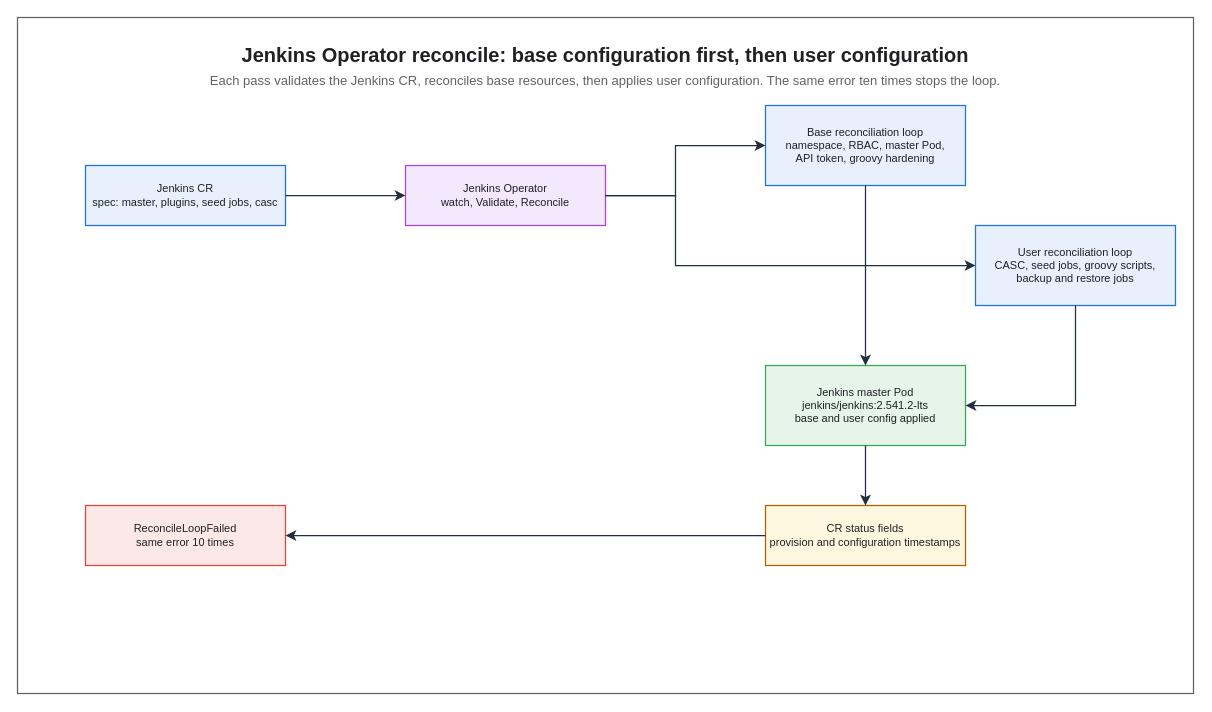
KKamJi98/kkamji98.github.io keeps this draw.io diagram as assets/img/ci-cd/jenkins/jenkins-operator/jenkins-operator-reconcile-loop.drawio. Above is the earlier version. Source tidied: cells renumbered, new cells numbered last; positions are measured from the earlier drawing's top-left corner, leaving out a move shared by most shapes. Both pictures are drawn from the tidied source at 100%, with x=0, y=0 at pixel (17, 17).
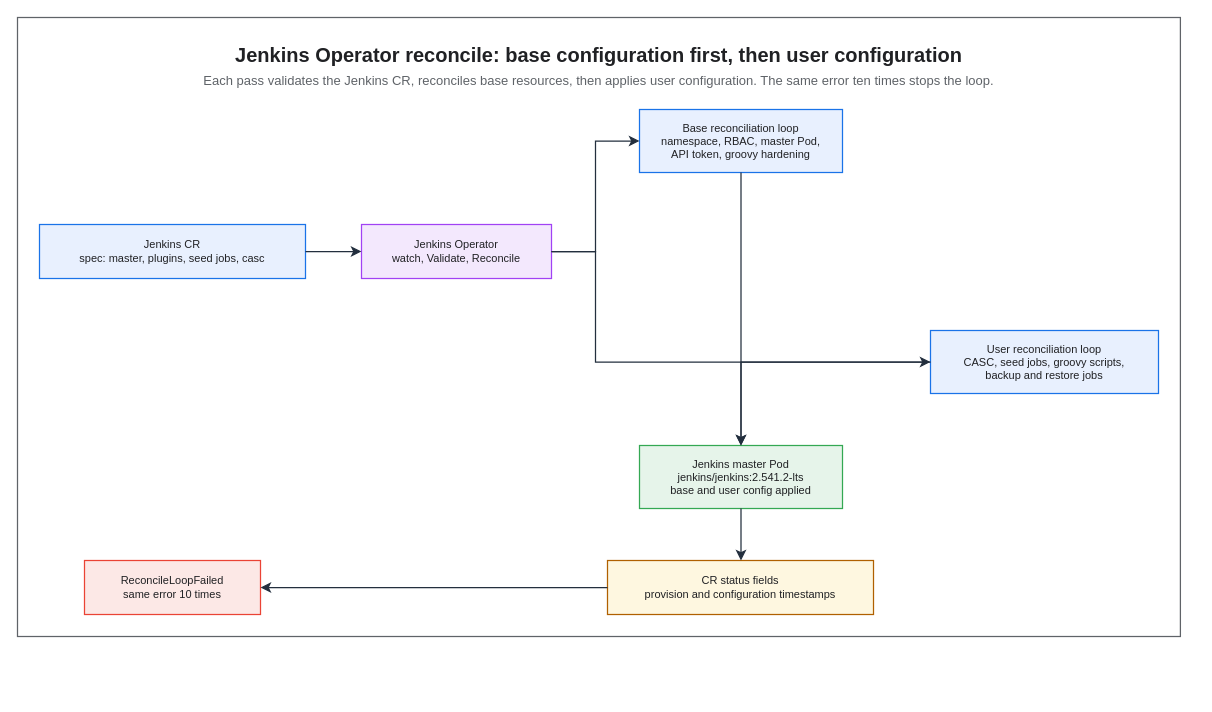
The same page after the edit.

Commit message (it also covers changes not shown here):
fix(diagrams): give the three Jenkins diagrams the specs they were missing

Change to the diagram source:
```diff
@@
     <mxCell id="2" style="rounded=0;html=0;fillColor=none;strokeColor=#5F6368;fontColor=#202124;strokeWidth=1.25;" parent="1" vertex="1">
-      <mxGeometry width="1176" height="676" as="geometry" />
+      <mxGeometry width="1162.9" height="619" as="geometry" />
     </mxCell>
     <mxCell id="3" value="Jenkins Operator reconcile: base configuration first, then user configuration" style="text;html=0;whiteSpace=wrap;fillColor=none;strokeColor=none;fontColor=#202124;fontSize=20;fontStyle=1;align=center;verticalAlign=middle;" parent="1" vertex="1">
-      <mxGeometry x="22" y="22" width="1132" height="30" as="geometry" />
+      <mxGeometry x="22" y="22" width="1118.9" height="30" as="geometry" />
     </mxCell>
     <mxCell id="4" value="Each pass validates the Jenkins CR, reconciles base resources, then applies user configuration. The same error ten times stops the loop." style="text;html=0;whiteSpace=wrap;fillColor=none;strokeColor=none;fontColor=#5F6368;fontSize=13;fontStyle=0;align=center;verticalAlign=middle;" parent="1" vertex="1">
-      <mxGeometry x="22" y="52" width="1132" height="22" as="geometry" />
+      <mxGeometry x="22" y="52" width="1118.9" height="22" as="geometry" />
     </mxCell>
+    <mxCell id="7" value="Base reconciliation loop&#10;namespace, RBAC, master Pod,&#10;API token, groovy hardening" style="rounded=0;whiteSpace=wrap;html=0;fillColor=#E8F0FE;strokeColor=#1A73E8;fontColor=#202124;fontSize=11;fontStyle=0;align=center;verticalAlign=middle;spacingLeft=6;spacingRight=6;strokeWidth=1.25;" parent="1" vertex="1">
+      <mxGeometry x="622" y="92" width="203" height="63" as="geometry" />
+    </mxCell>
-    <mxCell id="5" value="Jenkins CR&#10;spec: master, plugins, seed jobs, casc" style="rounded=0;whiteSpace=wrap;html=0;fillColor=#E8F0FE;strokeColor=#1A73E8;fontColor=#202124;fontSize=11;fontStyle=0;align=center;verticalAlign=middle;strokeWidth=1.25;" parent="1" vertex="1">
-      <mxGeometry x="68" y="148" width="200" height="60" as="geometry" />
+    <mxCell id="5" value="Jenkins CR&#10;spec: master, plugins, seed jobs, casc" style="rounded=0;whiteSpace=wrap;html=0;fillColor=#E8F0FE;strokeColor=#1A73E8;fontColor=#202124;fontSize=11;fontStyle=0;align=center;verticalAlign=middle;spacingLeft=6;spacingRight=6;strokeWidth=1.25;" parent="1" vertex="1">
+      <mxGeometry x="22" y="207" width="266" height="54" as="geometry" />
     </mxCell>
-    <mxCell id="6" value="Jenkins Operator&#10;watch, Validate, Reconcile" style="rounded=0;whiteSpace=wrap;html=0;fillColor=#F3E8FD;strokeColor=#A142F4;fontColor=#202124;fontSize=11;fontStyle=0;align=center;verticalAlign=middle;strokeWidth=1.25;" parent="1" vertex="1">
-      <mxGeometry x="388" y="148" width="200" height="60" as="geometry" />
+    <mxCell id="6" value="Jenkins Operator&#10;watch, Validate, Reconcile" style="rounded=0;whiteSpace=wrap;html=0;fillColor=#F3E8FD;strokeColor=#A142F4;fontColor=#202124;fontSize=11;fontStyle=0;align=center;verticalAlign=middle;spacingLeft=6;spacingRight=6;strokeWidth=1.25;" parent="1" vertex="1">
+      <mxGeometry x="344" y="207" width="190" height="54" as="geometry" />
     </mxCell>
-    <mxCell id="7" value="Base reconciliation loop&#10;namespace, RBAC, master Pod,&#10;API token, groovy hardening" style="rounded=0;whiteSpace=wrap;html=0;fillColor=#E8F0FE;strokeColor=#1A73E8;fontColor=#202124;fontSize=11;fontStyle=0;align=center;verticalAlign=middle;strokeWidth=1.25;" parent="1" vertex="1">
-      <mxGeometry x="748" y="88" width="200" height="80" as="geometry" />
-    </mxCell>
-    <mxCell id="8" value="User reconciliation loop&#10;CASC, seed jobs, groovy scripts,&#10;backup and restore jobs" style="rounded=0;whiteSpace=wrap;html=0;fillColor=#E8F0FE;strokeColor=#1A73E8;fontColor=#202124;fontSize=11;fontStyle=0;align=center;verticalAlign=middle;strokeWidth=1.25;" parent="1" vertex="1">
-      <mxGeometry x="958" y="208" width="200" height="80" as="geometry" />
+    <mxCell id="8" value="User reconciliation loop&#10;CASC, seed jobs, groovy scripts,&#10;backup and restore jobs" style="rounded=0;whiteSpace=wrap;html=0;fillColor=#E8F0FE;strokeColor=#1A73E8;fontColor=#202124;fontSize=11;fontStyle=0;align=center;verticalAlign=middle;spacingLeft=6;spacingRight=6;strokeWidth=1.25;" parent="1" vertex="1">
+      <mxGeometry x="913" y="313" width="228" height="63" as="geometry" />
     </mxCell>
-    <mxCell id="9" value="Jenkins master Pod&#10;jenkins/jenkins:2.541.2-lts&#10;base and user config applied" style="rounded=0;whiteSpace=wrap;html=0;fillColor=#E6F4EA;strokeColor=#34A853;fontColor=#202124;fontSize=11;fontStyle=0;align=center;verticalAlign=middle;strokeWidth=1.25;" parent="1" vertex="1">
-      <mxGeometry x="748" y="348" width="200" height="80" as="geometry" />
+    <mxCell id="9" value="Jenkins master Pod&#10;jenkins/jenkins:2.541.2-lts&#10;base and user config applied" style="rounded=0;whiteSpace=wrap;html=0;fillColor=#E6F4EA;strokeColor=#34A853;fontColor=#202124;fontSize=11;fontStyle=0;align=center;verticalAlign=middle;spacingLeft=6;spacingRight=6;strokeWidth=1.25;" parent="1" vertex="1">
+      <mxGeometry x="622" y="428" width="203" height="63" as="geometry" />
     </mxCell>
+    <mxCell id="11" value="ReconcileLoopFailed&#10;same error 10 times" style="rounded=0;whiteSpace=wrap;html=0;fillColor=#FCE8E6;strokeColor=#EA4335;fontColor=#202124;fontSize=11;fontStyle=0;align=center;verticalAlign=middle;spacingLeft=6;spacingRight=6;strokeWidth=1.25;" parent="1" vertex="1">
+      <mxGeometry x="67" y="543" width="176" height="54" as="geometry" />
+    </mxCell>
-    <mxCell id="10" value="CR status fields&#10;provision and configuration timestamps" style="rounded=0;whiteSpace=wrap;html=0;fillColor=#FEF7E0;strokeColor=#B06000;fontColor=#202124;fontSize=11;fontStyle=0;align=center;verticalAlign=middle;strokeWidth=1.25;" parent="1" vertex="1">
-      <mxGeometry x="748" y="488" width="200" height="60" as="geometry" />
+    <mxCell id="10" value="CR status fields&#10;provision and configuration timestamps" style="rounded=0;whiteSpace=wrap;html=0;fillColor=#FEF7E0;strokeColor=#B06000;fontColor=#202124;fontSize=11;fontStyle=0;align=center;verticalAlign=middle;spacingLeft=6;spacingRight=6;strokeWidth=1.25;" parent="1" vertex="1">
+      <mxGeometry x="590" y="543" width="266" height="54" as="geometry" />
     </mxCell>
-    <mxCell id="11" value="ReconcileLoopFailed&#10;same error 10 times" style="rounded=0;whiteSpace=wrap;html=0;fillColor=#FCE8E6;strokeColor=#EA4335;fontColor=#202124;fontSize=11;fontStyle=0;align=center;verticalAlign=middle;strokeWidth=1.25;" parent="1" vertex="1">
-      <mxGeometry x="68" y="488" width="200" height="60" as="geometry" />
-    </mxCell>
-    <mxCell id="12" style="edgeStyle=orthogonalEdgeStyle;rounded=0;html=0;strokeColor=#232F3E;strokeWidth=1.25;endArrow=classic;endFill=1;endSize=7;fontColor=#202124;labelBackgroundColor=none;exitX=1;exitY=0.5;entryX=0;entryY=0.5;exitDx=0;exitDy=0;entryDx=0;entryDy=0;" parent="1" edge="1" source="5" target="6">
+    <mxCell id="12" style="edgeStyle=orthogonalEdgeStyle;rounded=0;html=0;strokeColor=#232F3E;strokeWidth=1.25;endArrow=classic;endFill=1;endSize=7;fontSize=11;fontColor=#202124;labelBackgroundColor=none;jettySize=14;exitX=1;exitY=0.5;entryX=0;entryY=0.5;exitDx=0;exitDy=0;entryDx=0;entryDy=0;" parent="1" edge="1" source="5" target="6">
       <mxGeometry relative="1" as="geometry" />
     </mxCell>
-    <mxCell id="13" style="edgeStyle=orthogonalEdgeStyle;rounded=0;html=0;strokeColor=#232F3E;strokeWidth=1.25;endArrow=classic;endFill=1;endSize=7;fontColor=#202124;labelBackgroundColor=none;exitX=1;exitY=0.5;entryX=0;entryY=0.5;exitDx=0;exitDy=0;entryDx=0;entryDy=0;" parent="1" edge="1" source="6" target="7">
+    <mxCell id="13" style="edgeStyle=orthogonalEdgeStyle;rounded=0;html=0;strokeColor=#232F3E;strokeWidth=1.25;endArrow=classic;endFill=1;endSize=7;fontSize=11;fontColor=#202124;labelBackgroundColor=none;jettySize=14;exitX=1;exitY=0.5;entryX=0;entryY=0.5;exitDx=0;exitDy=0;entryDx=0;entryDy=0;" parent="1" edge="1" source="6" target="7">
       <mxGeometry relative="1" as="geometry">
         <Array as="points">
-          <mxPoint x="658" y="178" />
-          <mxPoint x="658" y="128" />
+          <mxPoint x="578" y="234" />
+          <mxPoint x="578" y="123.5" />
         </Array>
       </mxGeometry>
     </mxCell>
-    <mxCell id="14" style="edgeStyle=orthogonalEdgeStyle;rounded=0;html=0;strokeColor=#232F3E;strokeWidth=1.25;endArrow=classic;endFill=1;endSize=7;fontColor=#202124;labelBackgroundColor=none;exitX=1;exitY=0.5;entryX=0;entryY=0.5;exitDx=0;exitDy=0;entryDx=0;entryDy=0;" parent="1" edge="1" source="6" target="8">
+    <mxCell id="14" style="edgeStyle=orthogonalEdgeStyle;rounded=0;html=0;strokeColor=#232F3E;strokeWidth=1.25;endArrow=classic;endFill=1;endSize=7;fontSize=11;fontColor=#202124;labelBackgroundColor=none;jettySize=14;exitX=1;exitY=0.5;entryX=0;entryY=0.5;exitDx=0;exitDy=0;entryDx=0;entryDy=0;" parent="1" edge="1" source="6" target="8">
       <mxGeometry relative="1" as="geometry">
         <Array as="points">
-          <mxPoint x="658" y="178" />
-          <mxPoint x="658" y="248" />
+          <mxPoint x="578" y="234" />
+          <mxPoint x="578" y="344.5" />
         </Array>
       </mxGeometry>
     </mxCell>
-    <mxCell id="15" style="edgeStyle=orthogonalEdgeStyle;rounded=0;html=0;strokeColor=#232F3E;strokeWidth=1.25;endArrow=classic;endFill=1;endSize=7;fontColor=#202124;labelBackgroundColor=none;exitX=0.5;exitY=1;entryX=0.5;entryY=0;exitDx=0;exitDy=0;entryDx=0;entryDy=0;" parent="1" edge="1" source="7" target="9">
+    <mxCell id="15" style="edgeStyle=orthogonalEdgeStyle;rounded=0;html=0;strokeColor=#232F3E;strokeWidth=1.25;endArrow=classic;endFill=1;endSize=7;fontSize=11;fontColor=#202124;labelBackgroundColor=none;jettySize=14;exitX=0.5;exitY=1;entryX=0.5;entryY=0;exitDx=0;exitDy=0;entryDx=0;entryDy=0;" parent="1" edge="1" source="7" target="9">
       <mxGeometry relative="1" as="geometry" />
     </mxCell>
-    <mxCell id="16" style="edgeStyle=orthogonalEdgeStyle;rounded=0;html=0;strokeColor=#232F3E;strokeWidth=1.25;endArrow=classic;endFill=1;endSize=7;fontColor=#202124;labelBackgroundColor=none;exitX=0.5;exitY=1;entryX=1;entryY=0.5;exitDx=0;exitDy=0;entryDx=0;entryDy=0;" parent="1" edge="1" source="8" target="9">
-      <mxGeometry relative="1" as="geometry" />
+    <mxCell id="16" style="edgeStyle=orthogonalEdgeStyle;rounded=0;html=0;strokeColor=#232F3E;strokeWidth=1.25;endArrow=classic;endFill=1;endSize=7;fontSize=11;fontColor=#202124;labelBackgroundColor=none;jettySize=14;exitX=0;exitY=0.5;entryX=0.5;entryY=0;exitDx=0;exitDy=0;entryDx=0;entryDy=0;" parent="1" edge="1" source="8" target="9">
+      <mxGeometry relative="1" as="geometry">
+        <Array as="points">
+          <mxPoint x="723.5" y="344.5" />
+        </Array>
+      </mxGeometry>
     </mxCell>
-    <mxCell id="17" style="edgeStyle=orthogonalEdgeStyle;rounded=0;html=0;strokeColor=#232F3E;strokeWidth=1.25;endArrow=classic;endFill=1;endSize=7;fontColor=#202124;labelBackgroundColor=none;exitX=0.5;exitY=1;entryX=0.5;entryY=0;exitDx=0;exitDy=0;entryDx=0;entryDy=0;" parent="1" edge="1" source="9" target="10">
+    <mxCell id="17" style="edgeStyle=orthogonalEdgeStyle;rounded=0;html=0;strokeColor=#232F3E;strokeWidth=1.25;endArrow=classic;endFill=1;endSize=7;fontSize=11;fontColor=#202124;labelBackgroundColor=none;jettySize=14;exitX=0.5;exitY=1;entryX=0.5019;entryY=0;exitDx=0;exitDy=0;entryDx=0;entryDy=0;" parent="1" edge="1" source="9" target="10">
       <mxGeometry relative="1" as="geometry" />
     </mxCell>
-    <mxCell id="18" style="edgeStyle=orthogonalEdgeStyle;rounded=0;html=0;strokeColor=#232F3E;strokeWidth=1.25;endArrow=classic;endFill=1;endSize=7;fontColor=#202124;labelBackgroundColor=none;exitX=0;exitY=0.5;entryX=1;entryY=0.5;exitDx=0;exitDy=0;entryDx=0;entryDy=0;" parent="1" edge="1" source="10" target="11">
+    <mxCell id="18" style="edgeStyle=orthogonalEdgeStyle;rounded=0;html=0;strokeColor=#232F3E;strokeWidth=1.25;endArrow=classic;endFill=1;endSize=7;fontSize=11;fontColor=#202124;labelBackgroundColor=none;jettySize=14;exitX=0;exitY=0.5;entryX=1;entryY=0.5;exitDx=0;exitDy=0;entryDx=0;entryDy=0;" parent="1" edge="1" source="10" target="11">
       <mxGeometry relative="1" as="geometry" />
     </mxCell>
```
